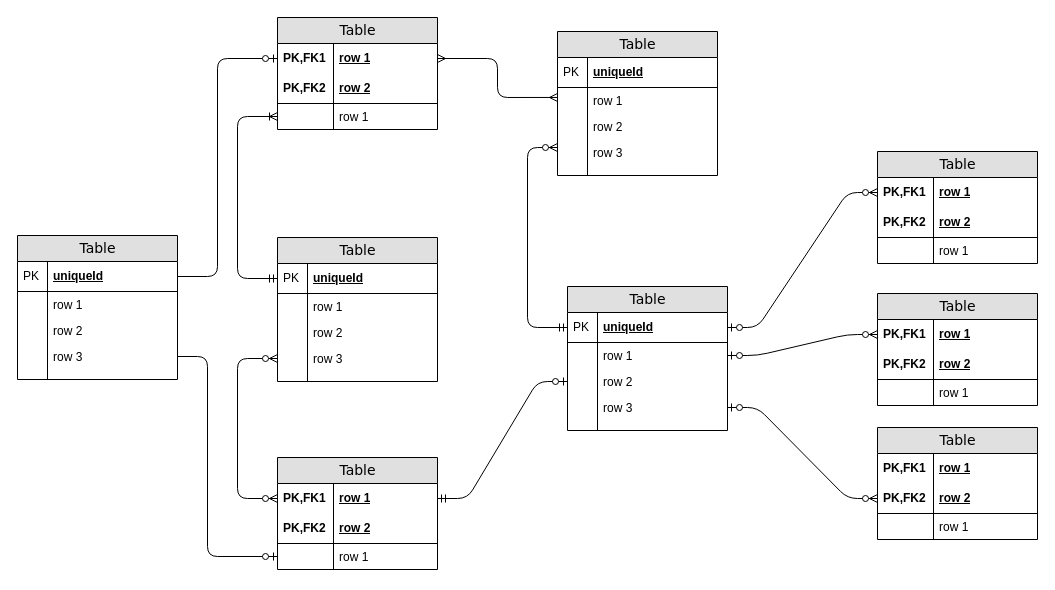
The draw.io diagram src/Untitled Diagram.drawio in Caio002Barbosa/tutorial-expo, before the edit. Source tidied: cells renumbered, new cells numbered last; positions are measured from the earlier drawing's top-left corner, leaving out a move shared by most shapes. Both pictures are drawn from the tidied source at 100%, with x=0, y=0 at pixel (17, 17).
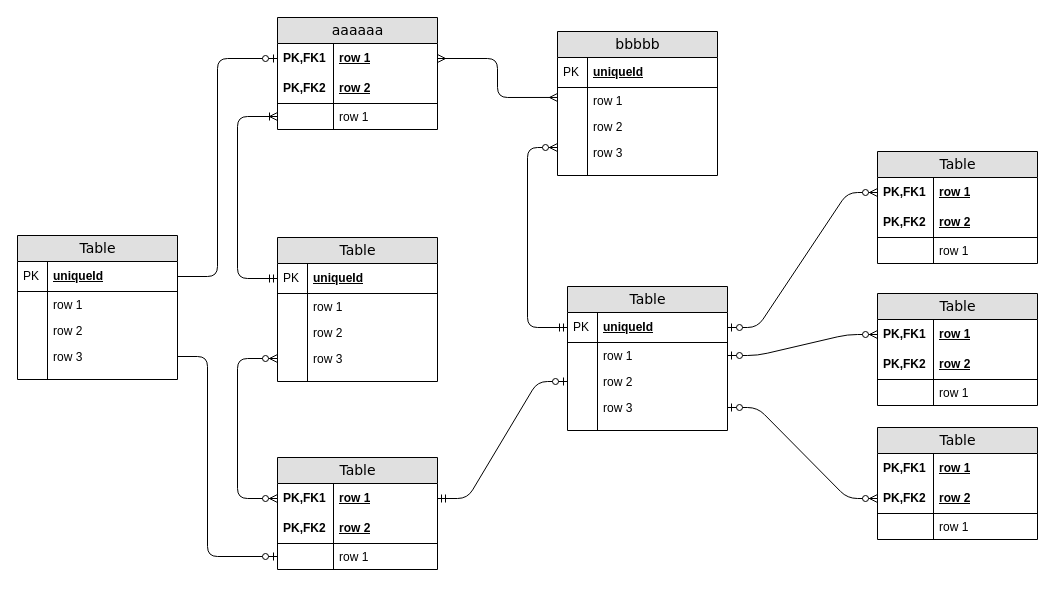
After the change.

What changed in the source:
```diff
@@
-    <mxCell id="2" value="Table" style="swimlane;html=1;fontStyle=0;horizontal=1;startSize=26;fillColor=#e0e0e0;swimlaneFillColor=#ffffff;align=center;rounded=0;shadow=0;comic=0;labelBackgroundColor=none;strokeWidth=1;fontFamily=Verdana;fontSize=14;" parent="1" vertex="1">
+    <mxCell id="2" value="aaaaaa" style="swimlane;html=1;fontStyle=0;horizontal=1;startSize=26;fillColor=#e0e0e0;swimlaneFillColor=#ffffff;align=center;rounded=0;shadow=0;comic=0;labelBackgroundColor=none;strokeWidth=1;fontFamily=Verdana;fontSize=14;" parent="1" vertex="1">
       <mxGeometry x="260" width="160" height="112" as="geometry" />
     </mxCell>
@@
-    <mxCell id="9" value="Table" style="swimlane;html=1;fontStyle=0;horizontal=1;startSize=26;fillColor=#e0e0e0;swimlaneFillColor=#ffffff;align=center;rounded=0;shadow=0;comic=0;labelBackgroundColor=none;strokeWidth=1;fontFamily=Verdana;fontSize=14;swimlaneLine=1;" parent="1" vertex="1">
+    <mxCell id="9" value="bbbbb" style="swimlane;html=1;fontStyle=0;horizontal=1;startSize=26;fillColor=#e0e0e0;swimlaneFillColor=#ffffff;align=center;rounded=0;shadow=0;comic=0;labelBackgroundColor=none;strokeWidth=1;fontFamily=Verdana;fontSize=14;swimlaneLine=1;" parent="1" vertex="1">
       <mxGeometry x="540" y="14" width="160" height="144" as="geometry" />
     </mxCell>
```
